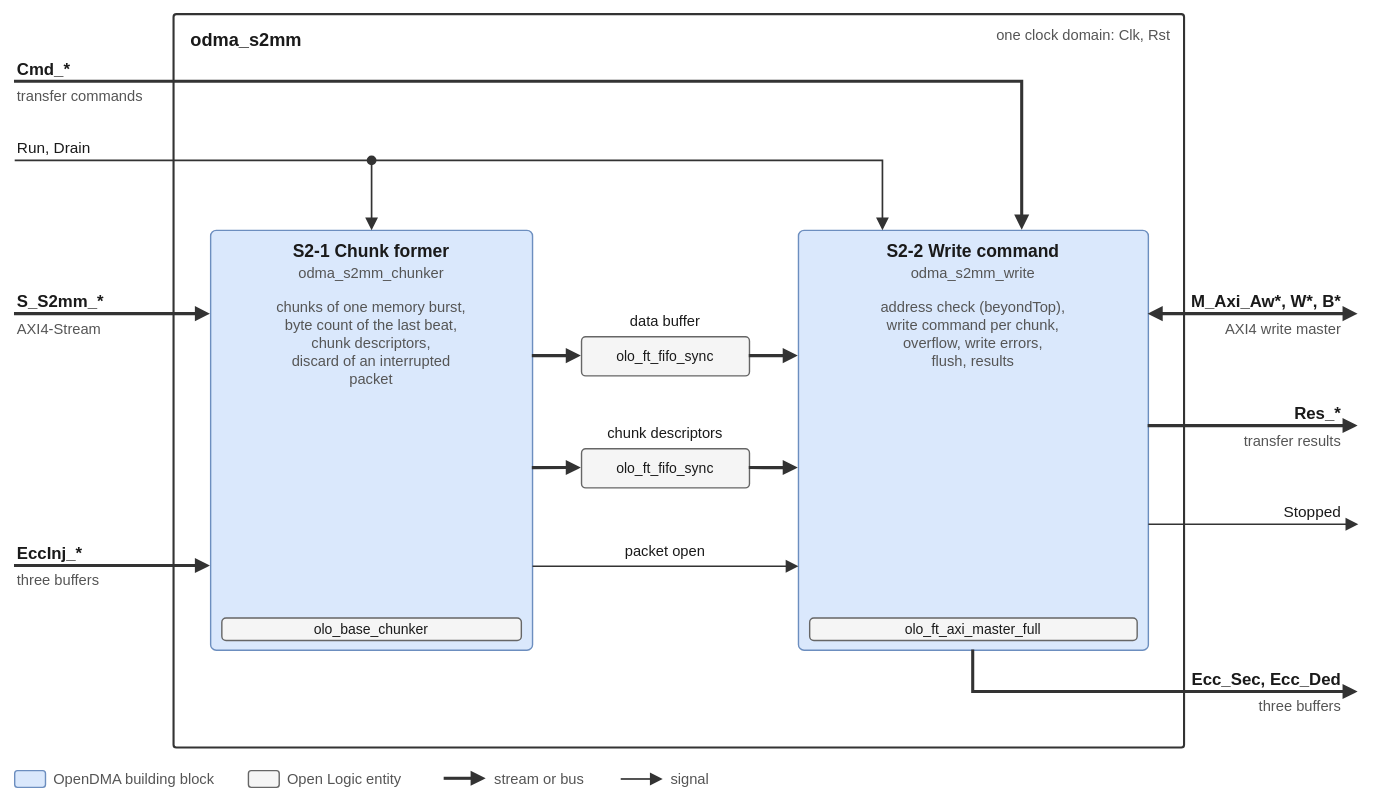
Earlier version of the draw.io export hdl/odma_s2mm/docs/img/odma_s2mm_arch.drawio.svg (open-space-hdl/opendma). Source tidied: cells renumbered, new cells last; positions are measured from the earlier drawing's top-left corner, leaving out a move shared by most shapes.
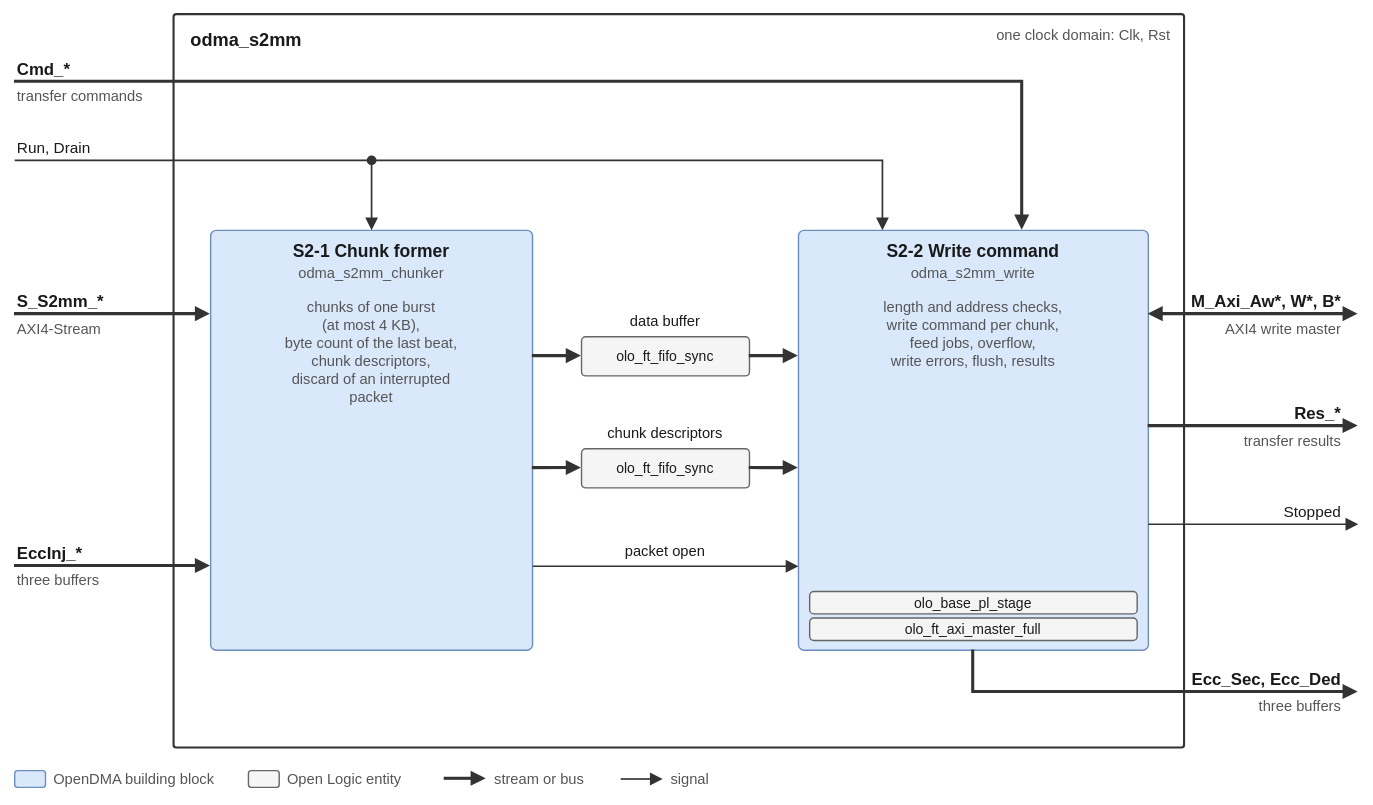
After the commit.

The edit, as a diff of the source:
```diff
@@ -20,24 +20,24 @@
     <mxCell id="7" value="odma_s2mm_chunker" style="text;html=0;fontFamily=Helvetica;fontSize=10.5;fontColor=#555555;align=center;verticalAlign=middle;fontStyle=0;spacing=0;whiteSpace=nowrap;" parent="5" vertex="1">
       <mxGeometry y="23" width="230" height="14" as="geometry" />
     </mxCell>
-    <mxCell id="8" value="chunks of one memory burst,&#10;byte count of the last beat,&#10;chunk descriptors,&#10;discard of an interrupted&#10;packet" style="text;html=0;fontFamily=Helvetica;fontSize=10.5;fontColor=#555555;align=center;verticalAlign=top;fontStyle=0;spacing=0;whiteSpace=nowrap;" parent="5" vertex="1">
-      <mxGeometry y="44" width="230" height="70" as="geometry" />
+    <mxCell id="8" value="chunks of one burst&#10;(at most 4 KB),&#10;byte count of the last beat,&#10;chunk descriptors,&#10;discard of an interrupted&#10;packet" style="text;html=0;fontFamily=Helvetica;fontSize=10.5;fontColor=#555555;align=center;verticalAlign=top;fontStyle=0;spacing=0;whiteSpace=nowrap;" parent="5" vertex="1">
+      <mxGeometry y="44" width="230" height="84" as="geometry" />
     </mxCell>
-    <mxCell id="9" value="olo_base_chunker" style="rounded=1;arcSize=6;absoluteArcSize=1;html=0;fillColor=#f5f5f5;strokeColor=#666666;fontFamily=Helvetica;fontSize=10;fontColor=#1a1a1a;align=center;verticalAlign=middle;spacing=0;" parent="5" vertex="1">
-      <mxGeometry x="8" y="277" width="214" height="16" as="geometry" />
-    </mxCell>
     <mxCell id="10" style="rounded=1;arcSize=8;absoluteArcSize=1;html=0;fillColor=#dae8fc;strokeColor=#6c8ebf;" parent="1" vertex="1">
       <mxGeometry x="570" y="164" width="250" height="300" as="geometry" />
     </mxCell>
+    <mxCell id="57" value="S2-2 Write command" style="text;html=0;fontFamily=Helvetica;fontSize=12.5;fontColor=#1a1a1a;align=center;verticalAlign=middle;fontStyle=1;spacing=0;whiteSpace=nowrap;" parent="10" vertex="1">
+      <mxGeometry y="6" width="250" height="16" as="geometry" />
+    </mxCell>
-    <mxCell id="11" value="S2-2 Write command" style="text;html=0;fontFamily=Helvetica;fontSize=12.5;fontColor=#1a1a1a;align=center;verticalAlign=middle;fontStyle=1;spacing=0;whiteSpace=nowrap;" parent="10" vertex="1">
-      <mxGeometry y="6" width="250" height="16" as="geometry" />
+    <mxCell id="11" value="odma_s2mm_write" style="text;html=0;fontFamily=Helvetica;fontSize=10.5;fontColor=#555555;align=center;verticalAlign=middle;fontStyle=0;spacing=0;whiteSpace=nowrap;" parent="10" vertex="1">
+      <mxGeometry y="23" width="250" height="14" as="geometry" />
     </mxCell>
-    <mxCell id="12" value="odma_s2mm_write" style="text;html=0;fontFamily=Helvetica;fontSize=10.5;fontColor=#555555;align=center;verticalAlign=middle;fontStyle=0;spacing=0;whiteSpace=nowrap;" parent="10" vertex="1">
-      <mxGeometry y="23" width="250" height="14" as="geometry" />
+    <mxCell id="12" value="length and address checks,&#10;write command per chunk,&#10;feed jobs, overflow,&#10;write errors, flush, results" style="text;html=0;fontFamily=Helvetica;fontSize=10.5;fontColor=#555555;align=center;verticalAlign=top;fontStyle=0;spacing=0;whiteSpace=nowrap;" parent="10" vertex="1">
+      <mxGeometry y="44" width="250" height="56" as="geometry" />
     </mxCell>
-    <mxCell id="13" value="address check (beyondTop),&#10;write command per chunk,&#10;overflow, write errors,&#10;flush, results" style="text;html=0;fontFamily=Helvetica;fontSize=10.5;fontColor=#555555;align=center;verticalAlign=top;fontStyle=0;spacing=0;whiteSpace=nowrap;" parent="10" vertex="1">
-      <mxGeometry y="44" width="250" height="56" as="geometry" />
-    </mxCell>
+    <mxCell id="58" value="olo_base_pl_stage" style="rounded=1;arcSize=6;absoluteArcSize=1;html=0;fillColor=#f5f5f5;strokeColor=#666666;fontFamily=Helvetica;fontSize=10;fontColor=#1a1a1a;align=center;verticalAlign=middle;spacing=0;" parent="10" vertex="1">
+      <mxGeometry x="8" y="258" width="234" height="16" as="geometry" />
+    </mxCell>
     <mxCell id="14" value="olo_ft_axi_master_full" style="rounded=1;arcSize=6;absoluteArcSize=1;html=0;fillColor=#f5f5f5;strokeColor=#666666;fontFamily=Helvetica;fontSize=10;fontColor=#1a1a1a;align=center;verticalAlign=middle;spacing=0;" parent="10" vertex="1">
       <mxGeometry x="8" y="277" width="234" height="16" as="geometry" />
     </mxCell>
```
